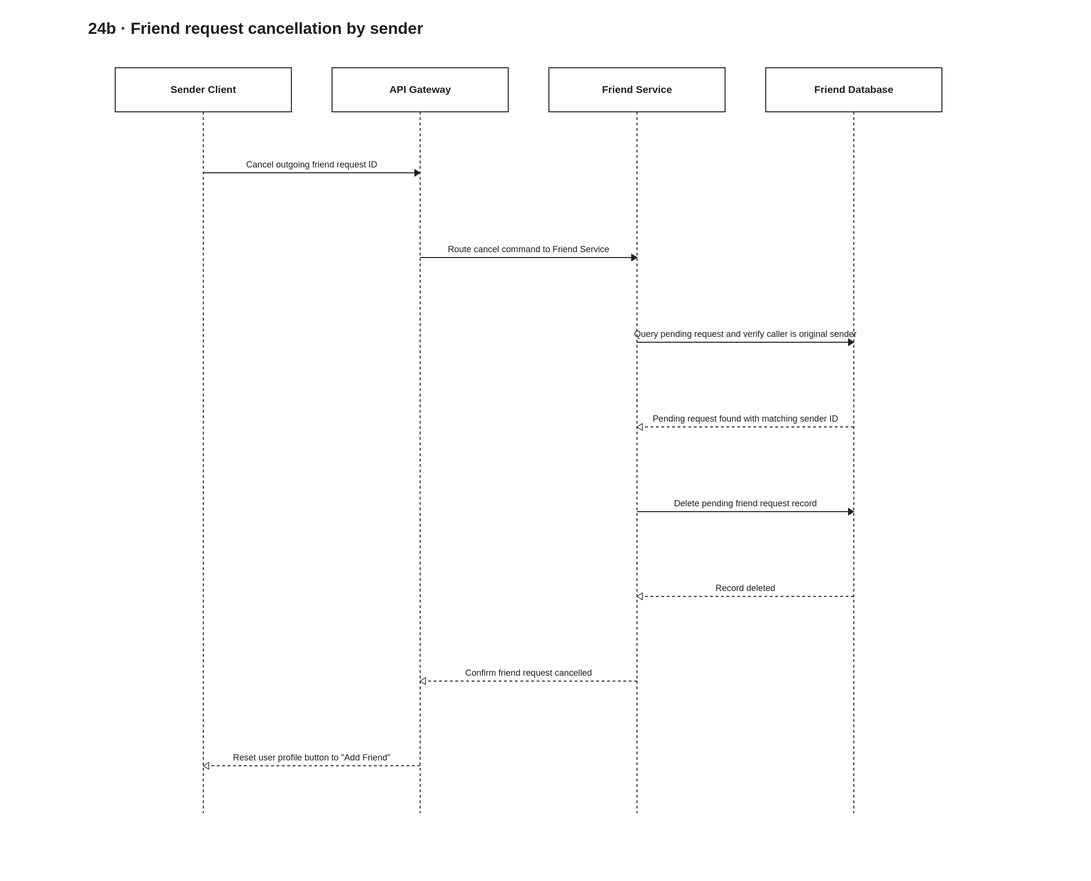
Earlier version of the draw.io export docs/diagrams/velora-current/importable-svg/24b-friend-cancel-request.drawio.svg (HieuCuteDangYeu/velora-backend). Source tidied: cells renumbered, new cells last; positions are measured from the earlier drawing's top-left corner, leaving out a move shared by most shapes.
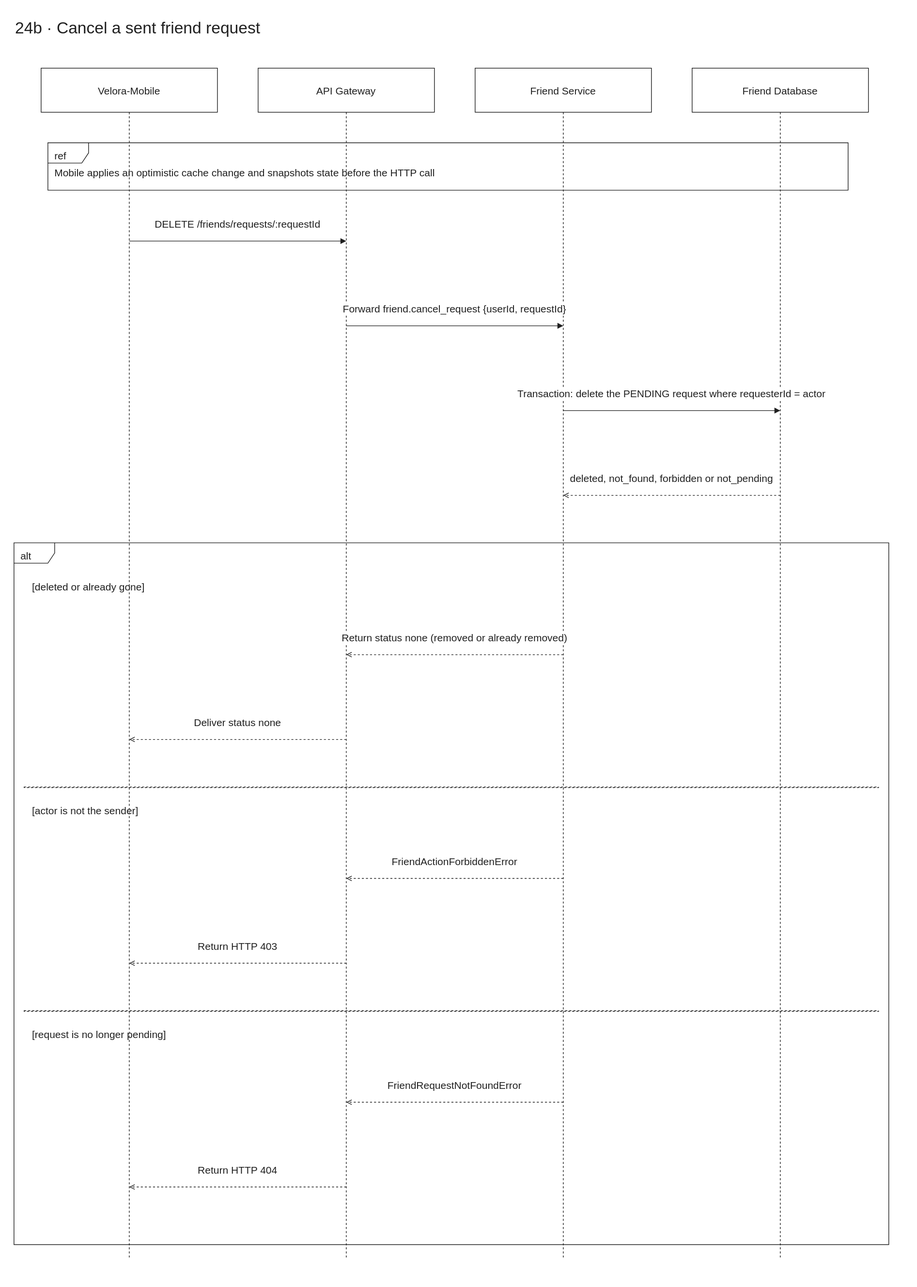
After the change.

What changed in the source:
```diff
@@ -2,34 +2,34 @@
   <root>
     <mxCell id="0" />
     <mxCell id="1" parent="0" />
-    <mxCell id="2" style="html=1;fontFamily=Arial;fontSize=15;fontColor=light-dark(#202020,#eeeeee);strokeColor=light-dark(#202020,#eeeeee);dashed=1;endArrow=none;" parent="1" edge="1">
-      <mxGeometry relative="1" as="geometry">
-        <mxPoint x="1130" y="145" as="sourcePoint" />
-        <mxPoint x="1130" y="1180" as="targetPoint" />
-      </mxGeometry>
-    </mxCell>
-    <mxCell id="3" style="html=1;fontFamily=Arial;fontSize=15;fontColor=light-dark(#202020,#eeeeee);strokeColor=light-dark(#202020,#eeeeee);dashed=1;endArrow=none;" parent="1" edge="1">
-      <mxGeometry relative="1" as="geometry">
-        <mxPoint x="810" y="145" as="sourcePoint" />
-        <mxPoint x="810" y="1180" as="targetPoint" />
-      </mxGeometry>
-    </mxCell>
-    <mxCell id="4" style="html=1;fontFamily=Arial;fontSize=15;fontColor=light-dark(#202020,#eeeeee);strokeColor=light-dark(#202020,#eeeeee);dashed=1;endArrow=none;" parent="1" edge="1">
-      <mxGeometry relative="1" as="geometry">
-        <mxPoint x="490" y="145" as="sourcePoint" />
-        <mxPoint x="490" y="1180" as="targetPoint" />
-      </mxGeometry>
-    </mxCell>
-    <mxCell id="5" style="html=1;fontFamily=Arial;fontSize=15;fontColor=light-dark(#202020,#eeeeee);strokeColor=light-dark(#202020,#eeeeee);dashed=1;endArrow=none;" parent="1" edge="1">
-      <mxGeometry relative="1" as="geometry">
-        <mxPoint x="170" y="145" as="sourcePoint" />
-        <mxPoint x="170" y="1180" as="targetPoint" />
-      </mxGeometry>
-    </mxCell>
+    <mxCell id="19" style="html=1;fontFamily=Arial;fontSize=15;fontColor=light-dark(#202020,#eeeeee);strokeColor=light-dark(#202020,#eeeeee);dashed=1;endArrow=none;" parent="1" edge="1">
+      <mxGeometry relative="1" as="geometry">
+        <mxPoint x="1130" y="145" as="sourcePoint" />
+        <mxPoint x="1130" y="1835" as="targetPoint" />
+      </mxGeometry>
+    </mxCell>
+    <mxCell id="20" style="html=1;fontFamily=Arial;fontSize=15;fontColor=light-dark(#202020,#eeeeee);strokeColor=light-dark(#202020,#eeeeee);dashed=1;endArrow=none;" parent="1" edge="1">
+      <mxGeometry relative="1" as="geometry">
+        <mxPoint x="810" y="145" as="sourcePoint" />
+        <mxPoint x="810" y="1835" as="targetPoint" />
+      </mxGeometry>
+    </mxCell>
+    <mxCell id="21" style="html=1;fontFamily=Arial;fontSize=15;fontColor=light-dark(#202020,#eeeeee);strokeColor=light-dark(#202020,#eeeeee);dashed=1;endArrow=none;" parent="1" edge="1">
+      <mxGeometry relative="1" as="geometry">
+        <mxPoint x="490" y="145" as="sourcePoint" />
+        <mxPoint x="490" y="1835" as="targetPoint" />
+      </mxGeometry>
+    </mxCell>
+    <mxCell id="22" style="html=1;fontFamily=Arial;fontSize=15;fontColor=light-dark(#202020,#eeeeee);strokeColor=light-dark(#202020,#eeeeee);dashed=1;endArrow=none;" parent="1" edge="1">
+      <mxGeometry relative="1" as="geometry">
+        <mxPoint x="170" y="145" as="sourcePoint" />
+        <mxPoint x="170" y="1835" as="targetPoint" />
+      </mxGeometry>
+    </mxCell>
-    <mxCell id="6" value="24b · Friend request cancellation by sender" style="html=1;fontFamily=Arial;fontSize=15;fontColor=light-dark(#202020,#eeeeee);strokeColor=light-dark(#202020,#eeeeee);text;fontSize=24;align=left;strokeColor=none;fillColor=none;" parent="1" vertex="1">
+    <mxCell id="6" value="24b · Cancel a sent friend request" style="html=1;fontFamily=Arial;fontSize=15;fontColor=light-dark(#202020,#eeeeee);strokeColor=light-dark(#202020,#eeeeee);text;fontSize=24;align=left;strokeColor=none;fillColor=none;" parent="1" vertex="1">
       <mxGeometry width="1290" height="50" as="geometry" />
     </mxCell>
-    <mxCell id="7" value="Sender Client" style="html=1;fontFamily=Arial;fontSize=15;fontColor=light-dark(#202020,#eeeeee);strokeColor=light-dark(#202020,#eeeeee);rounded=0;fillColor=#ffffff;whiteSpace=wrap;align=center;verticalAlign=middle;" parent="1" vertex="1">
+    <mxCell id="7" value="Velora-Mobile" style="html=1;fontFamily=Arial;fontSize=15;fontColor=light-dark(#202020,#eeeeee);strokeColor=light-dark(#202020,#eeeeee);rounded=0;fillColor=#ffffff;whiteSpace=wrap;align=center;verticalAlign=middle;" parent="1" vertex="1">
       <mxGeometry x="40" y="80" width="260" height="65" as="geometry" />
     </mxCell>
     <mxCell id="8" value="API Gateway" style="html=1;fontFamily=Arial;fontSize=15;fontColor=light-dark(#202020,#eeeeee);strokeColor=light-dark(#202020,#eeeeee);rounded=0;fillColor=#ffffff;whiteSpace=wrap;align=center;verticalAlign=middle;" parent="1" vertex="1">
@@ -41,61 +41,99 @@
     <mxCell id="10" value="Friend Database" style="html=1;fontFamily=Arial;fontSize=15;fontColor=light-dark(#202020,#eeeeee);strokeColor=light-dark(#202020,#eeeeee);rounded=0;fillColor=#ffffff;whiteSpace=wrap;align=center;verticalAlign=middle;" parent="1" vertex="1">
       <mxGeometry x="1000" y="80" width="260" height="65" as="geometry" />
     </mxCell>
-    <mxCell id="11" value="Cancel outgoing friend request ID" style="html=1;fontFamily=Arial;fontSize=15;fontColor=light-dark(#202020,#eeeeee);strokeColor=light-dark(#202020,#eeeeee);endArrow=block;endFill=1;labelBackgroundColor=#ffffff;labelWidth=550;whiteSpace=wrap;align=center;" parent="1" edge="1">
-      <mxGeometry relative="1" as="geometry">
-        <mxPoint x="170" y="235" as="sourcePoint" />
-        <mxPoint x="490" y="235" as="targetPoint" />
-        <mxPoint y="-25" as="offset" />
-      </mxGeometry>
+    <mxCell id="11" value="ref" style="html=1;fontFamily=Arial;fontSize=15;fontColor=light-dark(#202020,#eeeeee);strokeColor=light-dark(#202020,#eeeeee);shape=umlFrame;fillColor=light-dark(#ffffff,#181818);align=left;verticalAlign=top;spacingLeft=8;spacingTop=4;" parent="1" vertex="1">
+      <mxGeometry x="50" y="190" width="1180" height="70" as="geometry" />
     </mxCell>
-    <mxCell id="12" value="Route cancel command to Friend Service" style="html=1;fontFamily=Arial;fontSize=15;fontColor=light-dark(#202020,#eeeeee);strokeColor=light-dark(#202020,#eeeeee);endArrow=block;endFill=1;labelBackgroundColor=#ffffff;labelWidth=550;whiteSpace=wrap;align=center;" parent="1" edge="1">
-      <mxGeometry relative="1" as="geometry">
-        <mxPoint x="490" y="360" as="sourcePoint" />
-        <mxPoint x="810" y="360" as="targetPoint" />
-        <mxPoint y="-25" as="offset" />
-      </mxGeometry>
+    <mxCell id="12" value="Mobile applies an optimistic cache change and snapshots state before the HTTP call" style="html=1;fontFamily=Arial;fontSize=15;fontColor=light-dark(#202020,#eeeeee);strokeColor=light-dark(#202020,#eeeeee);text;whiteSpace=wrap;align=left;verticalAlign=middle;strokeColor=none;fillColor=none;" parent="1" vertex="1">
+      <mxGeometry x="58" y="212" width="1160" height="44" as="geometry" />
     </mxCell>
-    <mxCell id="13" value="Query pending request and verify caller is original sender" style="html=1;fontFamily=Arial;fontSize=15;fontColor=light-dark(#202020,#eeeeee);strokeColor=light-dark(#202020,#eeeeee);endArrow=block;endFill=1;labelBackgroundColor=#ffffff;labelWidth=550;whiteSpace=wrap;align=center;" parent="1" edge="1">
+    <mxCell id="13" value="DELETE /friends/requests/:requestId" style="html=1;fontFamily=Arial;fontSize=15;fontColor=light-dark(#202020,#eeeeee);strokeColor=light-dark(#202020,#eeeeee);endArrow=block;endFill=1;labelBackgroundColor=#ffffff;labelWidth=550;whiteSpace=wrap;align=center;" parent="1" edge="1">
       <mxGeometry relative="1" as="geometry">
-        <mxPoint x="810" y="485" as="sourcePoint" />
-        <mxPoint x="1130" y="485" as="targetPoint" />
+        <mxPoint x="170" y="335" as="sourcePoint" />
+        <mxPoint x="490" y="335" as="targetPoint" />
         <mxPoint y="-25" as="offset" />
       </mxGeometry>
     </mxCell>
-    <mxCell id="14" value="Pending request found with matching sender ID" style="html=1;fontFamily=Arial;fontSize=15;fontColor=light-dark(#202020,#eeeeee);strokeColor=light-dark(#202020,#eeeeee);endArrow=open;dashed=1;labelBackgroundColor=#ffffff;labelWidth=550;whiteSpace=wrap;align=center;" parent="1" edge="1">
+    <mxCell id="14" value="Forward friend.cancel_request {userId, requestId}" style="html=1;fontFamily=Arial;fontSize=15;fontColor=light-dark(#202020,#eeeeee);strokeColor=light-dark(#202020,#eeeeee);endArrow=block;endFill=1;labelBackgroundColor=#ffffff;labelWidth=550;whiteSpace=wrap;align=center;" parent="1" edge="1">
       <mxGeometry relative="1" as="geometry">
-        <mxPoint x="1130" y="610" as="sourcePoint" />
-        <mxPoint x="810" y="610" as="targetPoint" />
+        <mxPoint x="490" y="460" as="sourcePoint" />
+        <mxPoint x="810" y="460" as="targetPoint" />
         <mxPoint y="-25" as="offset" />
       </mxGeometry>
     </mxCell>
-    <mxCell id="15" value="Delete pending friend request record" style="html=1;fontFamily=Arial;fontSize=15;fontColor=light-dark(#202020,#eeeeee);strokeColor=light-dark(#202020,#eeeeee);endArrow=block;endFill=1;labelBackgroundColor=#ffffff;labelWidth=550;whiteSpace=wrap;align=center;" parent="1" edge="1">
+    <mxCell id="15" value="Transaction: delete the PENDING request where requesterId = actor" style="html=1;fontFamily=Arial;fontSize=15;fontColor=light-dark(#202020,#eeeeee);strokeColor=light-dark(#202020,#eeeeee);endArrow=block;endFill=1;labelBackgroundColor=#ffffff;labelWidth=550;whiteSpace=wrap;align=center;" parent="1" edge="1">
       <mxGeometry relative="1" as="geometry">
-        <mxPoint x="810" y="735" as="sourcePoint" />
-        <mxPoint x="1130" y="735" as="targetPoint" />
+        <mxPoint x="810" y="585" as="sourcePoint" />
+        <mxPoint x="1130" y="585" as="targetPoint" />
         <mxPoint y="-25" as="offset" />
       </mxGeometry>
     </mxCell>
-    <mxCell id="16" value="Record deleted" style="html=1;fontFamily=Arial;fontSize=15;fontColor=light-dark(#202020,#eeeeee);strokeColor=light-dark(#202020,#eeeeee);endArrow=open;dashed=1;labelBackgroundColor=#ffffff;labelWidth=550;whiteSpace=wrap;align=center;" parent="1" edge="1">
+    <mxCell id="16" value="deleted, not_found, forbidden or not_pending" style="html=1;fontFamily=Arial;fontSize=15;fontColor=light-dark(#202020,#eeeeee);strokeColor=light-dark(#202020,#eeeeee);endArrow=open;dashed=1;labelBackgroundColor=#ffffff;labelWidth=550;whiteSpace=wrap;align=center;" parent="1" edge="1">
       <mxGeometry relative="1" as="geometry">
-        <mxPoint x="1130" y="860" as="sourcePoint" />
-        <mxPoint x="810" y="860" as="targetPoint" />
+        <mxPoint x="1130" y="710" as="sourcePoint" />
+        <mxPoint x="810" y="710" as="targetPoint" />
         <mxPoint y="-25" as="offset" />
       </mxGeometry>
     </mxCell>
-    <mxCell id="17" value="Confirm friend request cancelled" style="html=1;fontFamily=Arial;fontSize=15;fontColor=light-dark(#202020,#eeeeee);strokeColor=light-dark(#202020,#eeeeee);endArrow=open;dashed=1;labelBackgroundColor=#ffffff;labelWidth=550;whiteSpace=wrap;align=center;" parent="1" edge="1">
-      <mxGeometry relative="1" as="geometry">
-        <mxPoint x="810" y="985" as="sourcePoint" />
-        <mxPoint x="490" y="985" as="targetPoint" />
-        <mxPoint y="-25" as="offset" />
-      </mxGeometry>
+    <mxCell id="17" value="alt" style="html=1;fontFamily=Arial;fontSize=15;fontColor=light-dark(#202020,#eeeeee);strokeColor=light-dark(#202020,#eeeeee);shape=umlFrame;fillColor=none;align=left;verticalAlign=top;spacingLeft=8;spacingTop=4;" parent="1" vertex="1">
+      <mxGeometry y="780" width="1290" height="1035" as="geometry" />
     </mxCell>
-    <mxCell id="18" value="Reset user profile button to &amp;quot;Add Friend&amp;quot;" style="html=1;fontFamily=Arial;fontSize=15;fontColor=light-dark(#202020,#eeeeee);strokeColor=light-dark(#202020,#eeeeee);endArrow=open;dashed=1;labelBackgroundColor=#ffffff;labelWidth=550;whiteSpace=wrap;align=center;" parent="1" edge="1">
-      <mxGeometry relative="1" as="geometry">
-        <mxPoint x="490" y="1110" as="sourcePoint" />
-        <mxPoint x="170" y="1110" as="targetPoint" />
-        <mxPoint y="-25" as="offset" />
-      </mxGeometry>
+    <mxCell id="18" value="[deleted or already gone]" style="html=1;fontFamily=Arial;fontSize=15;fontColor=light-dark(#202020,#eeeeee);strokeColor=light-dark(#202020,#eeeeee);text;whiteSpace=wrap;align=left;strokeColor=none;fillColor=none;" parent="1" vertex="1">
+      <mxGeometry x="25" y="830" width="1230" height="45" as="geometry" />
     </mxCell>
+    <mxCell id="23" value="Return status none (removed or already removed)" style="html=1;fontFamily=Arial;fontSize=15;fontColor=light-dark(#202020,#eeeeee);strokeColor=light-dark(#202020,#eeeeee);endArrow=open;dashed=1;labelBackgroundColor=#ffffff;labelWidth=550;whiteSpace=wrap;align=center;" parent="1" edge="1">
+      <mxGeometry relative="1" as="geometry">
+        <mxPoint x="810" y="945" as="sourcePoint" />
+        <mxPoint x="490" y="945" as="targetPoint" />
+        <mxPoint y="-25" as="offset" />
+      </mxGeometry>
+    </mxCell>
+    <mxCell id="24" value="Deliver status none" style="html=1;fontFamily=Arial;fontSize=15;fontColor=light-dark(#202020,#eeeeee);strokeColor=light-dark(#202020,#eeeeee);endArrow=open;dashed=1;labelBackgroundColor=#ffffff;labelWidth=550;whiteSpace=wrap;align=center;" parent="1" edge="1">
+      <mxGeometry relative="1" as="geometry">
+        <mxPoint x="490" y="1070" as="sourcePoint" />
+        <mxPoint x="170" y="1070" as="targetPoint" />
+        <mxPoint y="-25" as="offset" />
+      </mxGeometry>
+    </mxCell>
+    <mxCell id="25" style="html=1;fontFamily=Arial;fontSize=15;fontColor=light-dark(#202020,#eeeeee);strokeColor=light-dark(#202020,#eeeeee);fillColor=none;dashed=1;" parent="1" vertex="1">
+      <mxGeometry x="15" y="1140" width="1260" height="1" as="geometry" />
+    </mxCell>
+    <mxCell id="26" value="[actor is not the sender]" style="html=1;fontFamily=Arial;fontSize=15;fontColor=light-dark(#202020,#eeeeee);strokeColor=light-dark(#202020,#eeeeee);text;whiteSpace=wrap;align=left;strokeColor=none;fillColor=none;" parent="1" vertex="1">
+      <mxGeometry x="25" y="1160" width="1230" height="45" as="geometry" />
+    </mxCell>
+    <mxCell id="27" value="FriendActionForbiddenError" style="html=1;fontFamily=Arial;fontSize=15;fontColor=light-dark(#202020,#eeeeee);strokeColor=light-dark(#202020,#eeeeee);endArrow=open;dashed=1;labelBackgroundColor=#ffffff;labelWidth=550;whiteSpace=wrap;align=center;" parent="1" edge="1">
+      <mxGeometry relative="1" as="geometry">
+        <mxPoint x="810" y="1275" as="sourcePoint" />
+        <mxPoint x="490" y="1275" as="targetPoint" />
+        <mxPoint y="-25" as="offset" />
+      </mxGeometry>
+    </mxCell>
+    <mxCell id="28" value="Return HTTP 403" style="html=1;fontFamily=Arial;fontSize=15;fontColor=light-dark(#202020,#eeeeee);strokeColor=light-dark(#202020,#eeeeee);endArrow=open;dashed=1;labelBackgroundColor=#ffffff;labelWidth=550;whiteSpace=wrap;align=center;" parent="1" edge="1">
+      <mxGeometry relative="1" as="geometry">
+        <mxPoint x="490" y="1400" as="sourcePoint" />
+        <mxPoint x="170" y="1400" as="targetPoint" />
+        <mxPoint y="-25" as="offset" />
+      </mxGeometry>
+    </mxCell>
+    <mxCell id="29" style="html=1;fontFamily=Arial;fontSize=15;fontColor=light-dark(#202020,#eeeeee);strokeColor=light-dark(#202020,#eeeeee);fillColor=none;dashed=1;" parent="1" vertex="1">
+      <mxGeometry x="15" y="1470" width="1260" height="1" as="geometry" />
+    </mxCell>
+    <mxCell id="30" value="[request is no longer pending]" style="html=1;fontFamily=Arial;fontSize=15;fontColor=light-dark(#202020,#eeeeee);strokeColor=light-dark(#202020,#eeeeee);text;whiteSpace=wrap;align=left;strokeColor=none;fillColor=none;" parent="1" vertex="1">
+      <mxGeometry x="25" y="1490" width="1230" height="45" as="geometry" />
+    </mxCell>
+    <mxCell id="31" value="FriendRequestNotFoundError" style="html=1;fontFamily=Arial;fontSize=15;fontColor=light-dark(#202020,#eeeeee);strokeColor=light-dark(#202020,#eeeeee);endArrow=open;dashed=1;labelBackgroundColor=#ffffff;labelWidth=550;whiteSpace=wrap;align=center;" parent="1" edge="1">
+      <mxGeometry relative="1" as="geometry">
+        <mxPoint x="810" y="1605" as="sourcePoint" />
+        <mxPoint x="490" y="1605" as="targetPoint" />
+        <mxPoint y="-25" as="offset" />
+      </mxGeometry>
+    </mxCell>
+    <mxCell id="32" value="Return HTTP 404" style="html=1;fontFamily=Arial;fontSize=15;fontColor=light-dark(#202020,#eeeeee);strokeColor=light-dark(#202020,#eeeeee);endArrow=open;dashed=1;labelBackgroundColor=#ffffff;labelWidth=550;whiteSpace=wrap;align=center;" parent="1" edge="1">
+      <mxGeometry relative="1" as="geometry">
+        <mxPoint x="490" y="1730" as="sourcePoint" />
+        <mxPoint x="170" y="1730" as="targetPoint" />
+        <mxPoint y="-25" as="offset" />
+      </mxGeometry>
+    </mxCell>
   </root>
 </mxGraphModel>
```
